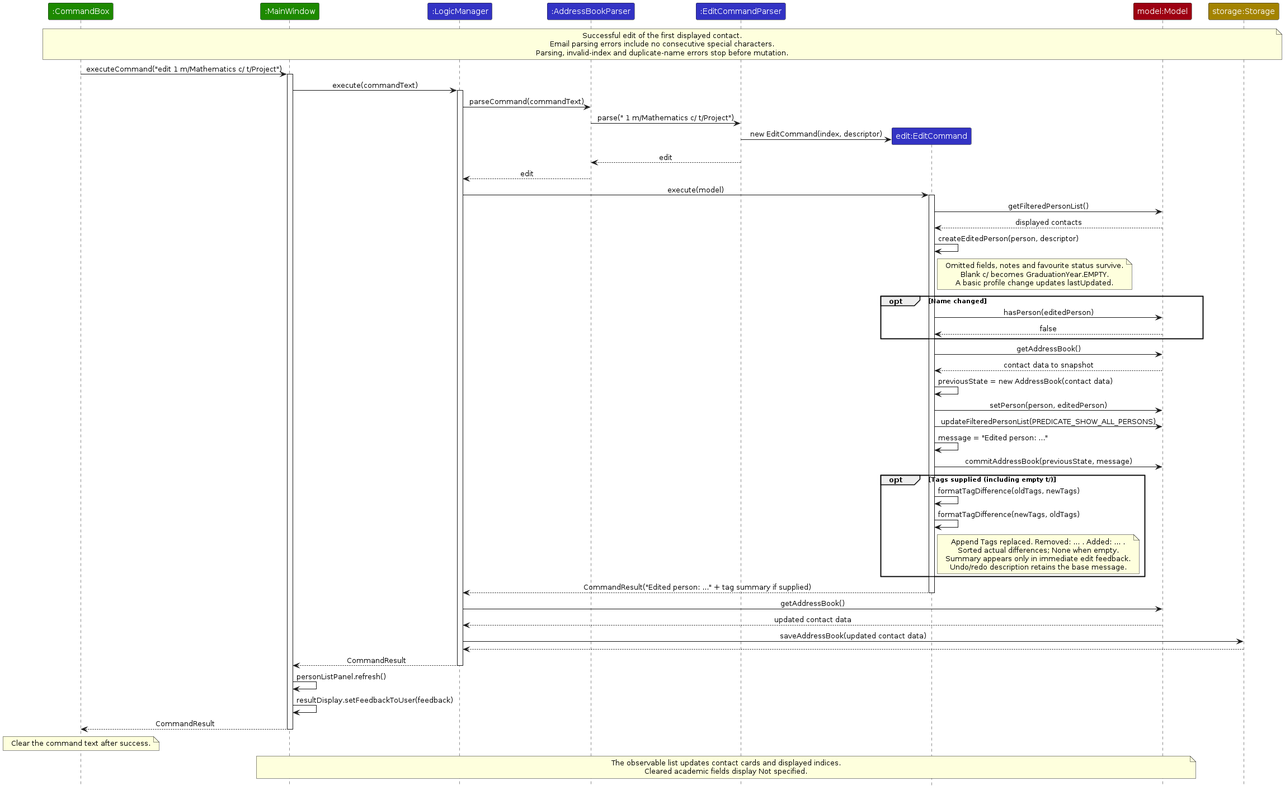
The PlantUML diagram diagrams/EditContactSequenceDiagram.png in AY2627S1-CS2103T-F15-3/tp, before a commit. Its source is kept beside it as diagrams/EditContactSequenceDiagram.puml.
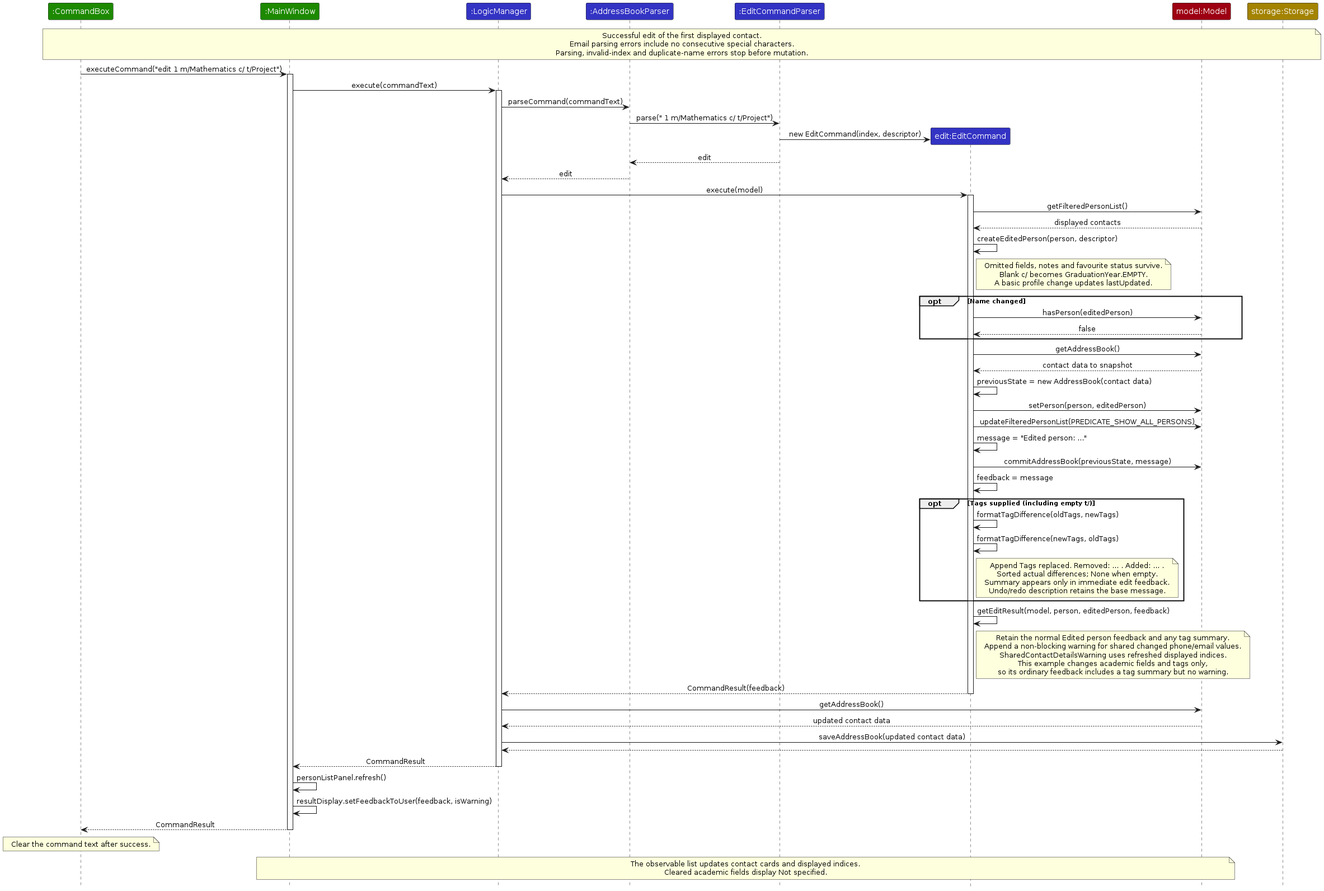
The same file after the commit.

Change to the diagram source:
```diff
@@ -46,6 +46,7 @@
 Edit -> Model : updateFilteredPersonList(PREDICATE_SHOW_ALL_PERSONS)
 Edit -> Edit : message = "Edited person: ..."
 Edit -> Model : commitAddressBook(previousState, message)
+Edit -> Edit : feedback = message
 opt Tags supplied (including empty t/)
   Edit -> Edit : formatTagDifference(oldTags, newTags)
   Edit -> Edit : formatTagDifference(newTags, oldTags)
@@ -56,7 +57,15 @@
     Undo/redo description retains the base message.
   end note
 end
-Edit --> Logic : CommandResult("Edited person: ..." + tag summary if supplied)
+Edit -> Edit : getEditResult(model, person, editedPerson, feedback)
+note right of Edit
+  Retain the normal Edited person feedback and any tag summary.
+  Append a non-blocking warning for shared changed phone/email values.
+  SharedContactDetailsWarning uses refreshed displayed indices.
+  This example changes academic fields and tags only,
+  so its ordinary feedback includes a tag summary but no warning.
+end note
+Edit --> Logic : CommandResult(feedback)
 deactivate Edit
 Logic -> Model : getAddressBook()
 Model --> Logic : updated contact data
@@ -65,7 +74,7 @@
 Logic --> Window : CommandResult
 deactivate Logic
 Window -> Window : personListPanel.refresh()
-Window -> Window : resultDisplay.setFeedbackToUser(feedback)
+Window -> Window : resultDisplay.setFeedbackToUser(feedback, isWarning)
 Window --> Box : CommandResult
 deactivate Window
 note over Box : Clear the command text after success.
```
